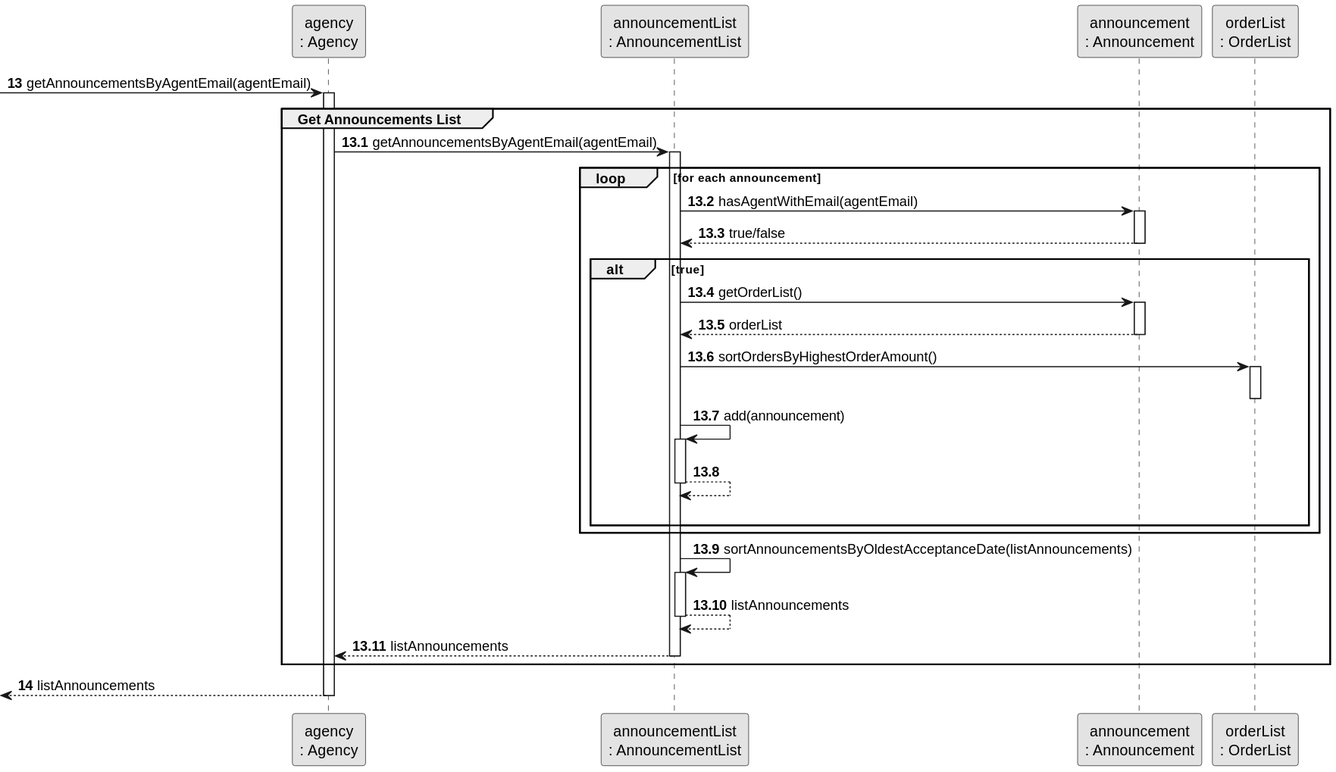
rita-barbosa/LAPR2-2223 keeps this PlantUML diagram as docs/sprintC/us011/03.design/svg/us011-sequence-diagram-partial-get-announcements-list.svg. Above is the earlier version.
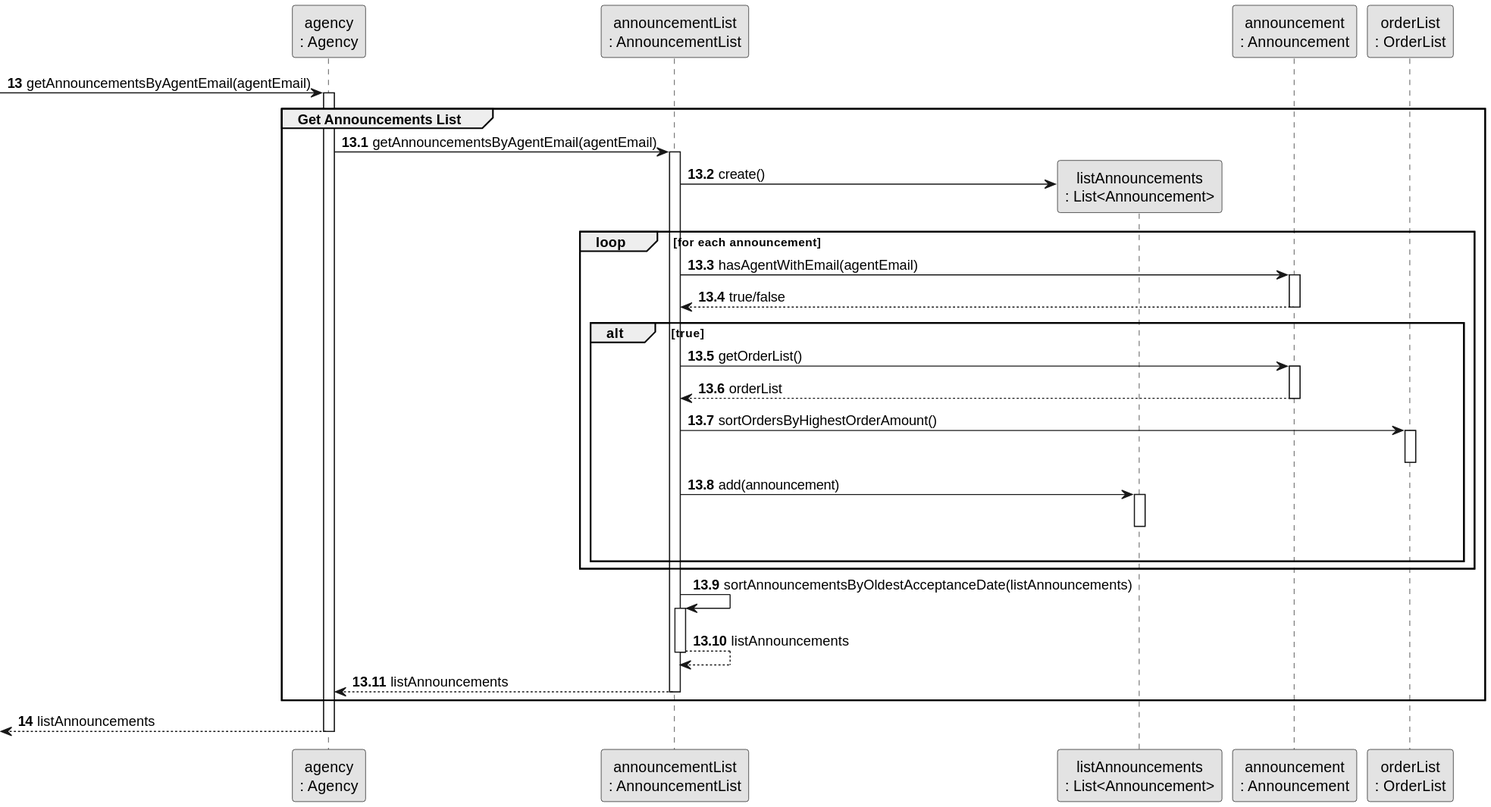
The same diagram one commit later.

Commit message:
Update sequence & class diagram: correcting add to list [US012][Design][#05 Task]

Diff of the diagram source:
```diff
@@ -6,8 +6,10 @@
 
  participant "agency\n: Agency" as AGENCY
  participant "announcementList\n: AnnouncementList" as AnnList
+ participant "listAnnouncements\n: List<Announcement>" as AnnounceList
  participant "announcement\n: Announcement" as Announce
  participant "orderList\n: OrderList" as OrderList
+
 
 
 autonumber 13
@@ -18,6 +20,9 @@
 autonumber 13.1
      AGENCY -> AnnList : getAnnouncementsByAgentEmail(agentEmail)
      activate AnnList
+
+     AnnList -> AnnounceList**: create()
+
 
      loop for each announcement
      AnnList -> Announce : hasAgentWithEmail(agentEmail)
@@ -35,10 +40,10 @@
             activate OrderList
             deactivate OrderList
 
-            AnnList -> AnnList : add(announcement)
-            activate AnnList
-            AnnList --> AnnList :
-            deactivate AnnList
+            AnnList -> AnnounceList : add(announcement)
+            activate AnnounceList
+            deactivate AnnounceList
+
          |||
          end alt
      end loop
```
